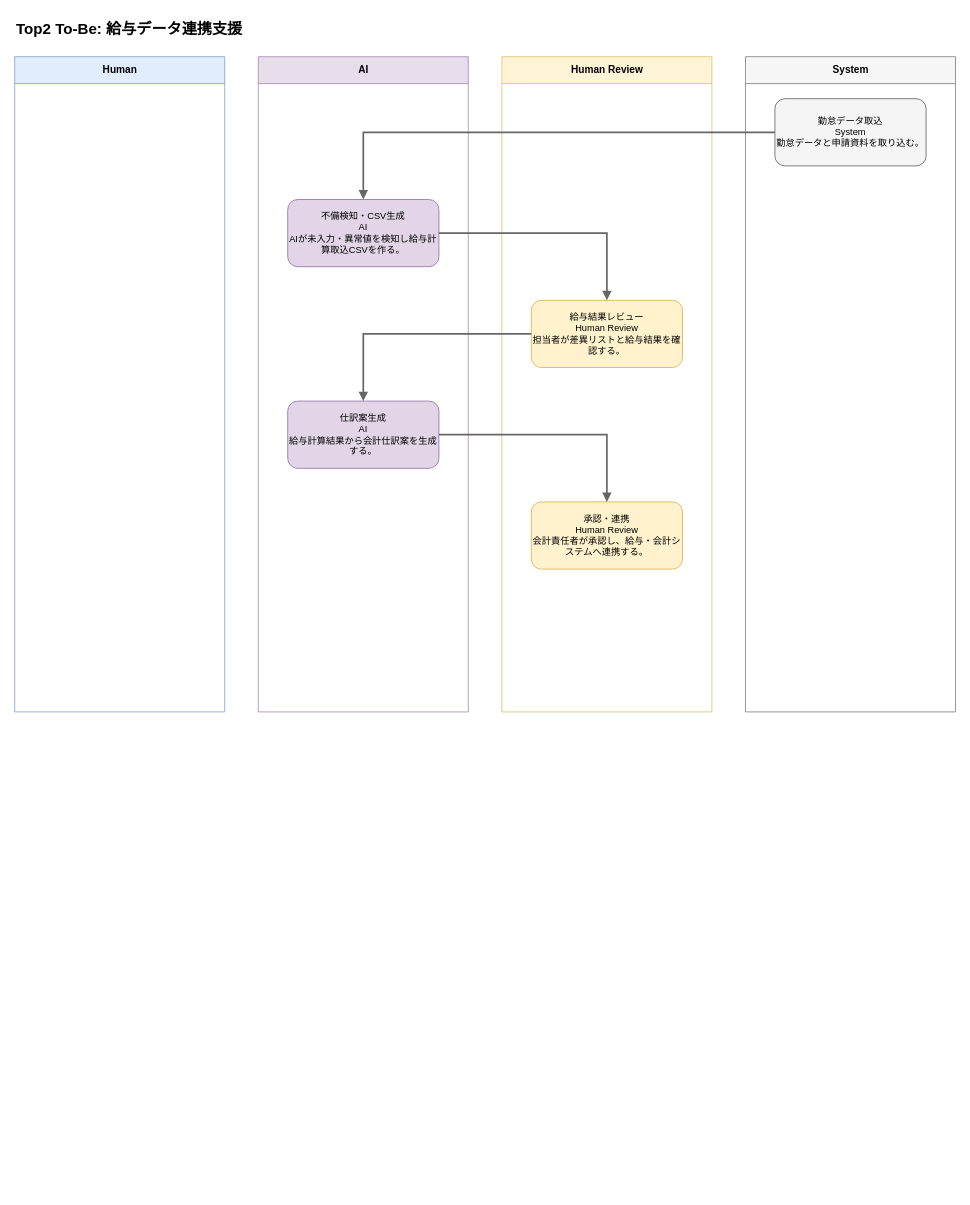
The draw.io diagram output/flows/top2_to_be.drawio in Toshiki811/ai-business-analysis-heatmap, before the edit. Source tidied: cells renumbered, new cells numbered last; positions are measured from the earlier drawing's top-left corner, leaving out a move shared by most shapes. Both pictures are drawn from the tidied source at 84%, with x=0, y=0 at pixel (14, 14).
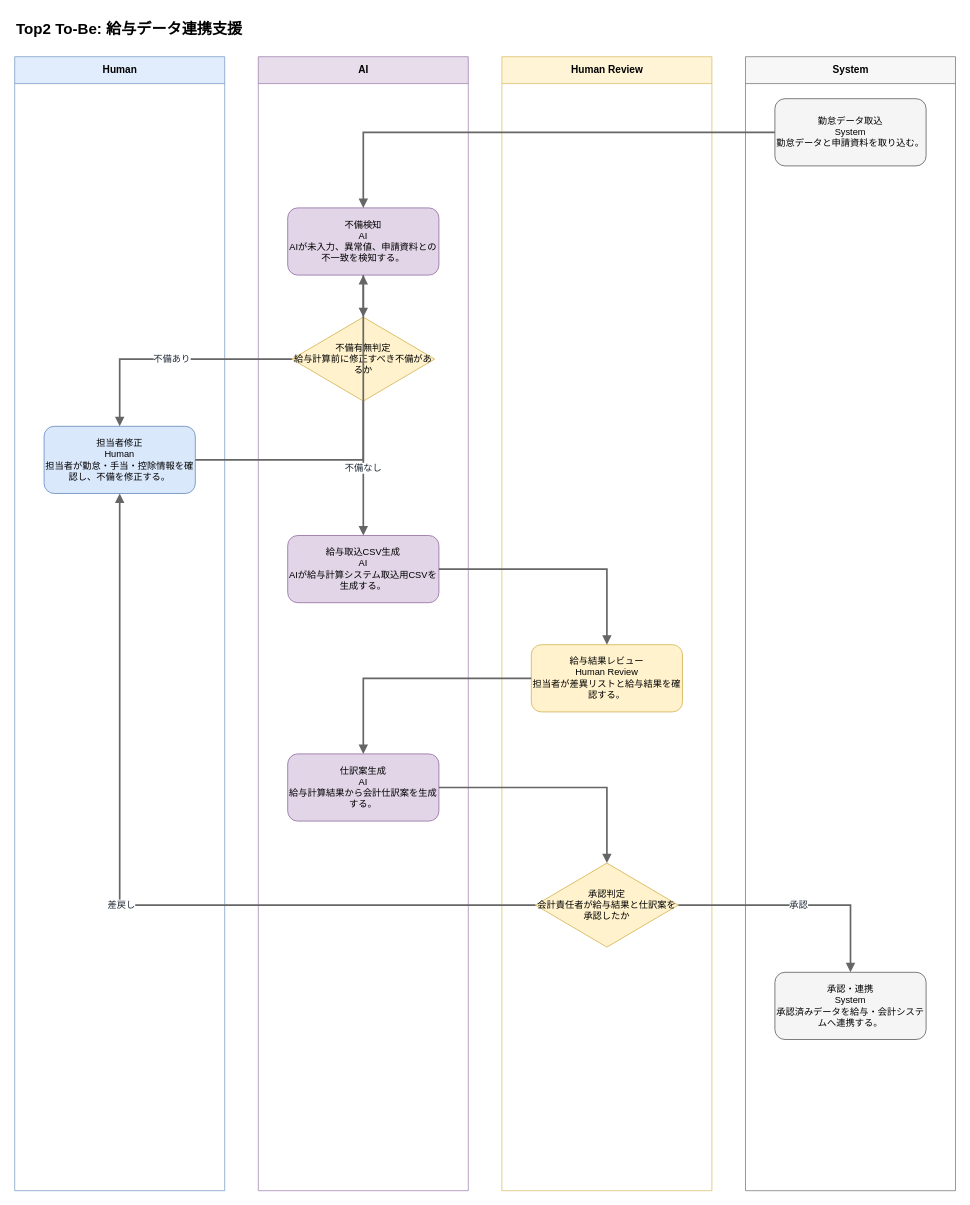
After the change.

The edit, as a diff of the source:
```diff
@@
     <mxCell id="3" value="Human" style="swimlane;horizontal=1;startSize=32;html=1;fillColor=#dae8fc;strokeColor=#6c8ebf;fontSize=12;fontStyle=1;opacity=80;" parent="1" vertex="1">
-      <mxGeometry y="50" width="250" height="780" as="geometry" />
+      <mxGeometry y="50" width="250" height="1350" as="geometry" />
     </mxCell>
     <mxCell id="4" value="AI" style="swimlane;horizontal=1;startSize=32;html=1;fillColor=#e1d5e7;strokeColor=#9673a6;fontSize=12;fontStyle=1;opacity=80;" parent="1" vertex="1">
-      <mxGeometry x="290" y="50" width="250" height="780" as="geometry" />
+      <mxGeometry x="290" y="50" width="250" height="1350" as="geometry" />
     </mxCell>
     <mxCell id="5" value="Human Review" style="swimlane;horizontal=1;startSize=32;html=1;fillColor=#fff2cc;strokeColor=#d6b656;fontSize=12;fontStyle=1;opacity=80;" parent="1" vertex="1">
-      <mxGeometry x="580" y="50" width="250" height="780" as="geometry" />
+      <mxGeometry x="580" y="50" width="250" height="1350" as="geometry" />
     </mxCell>
     <mxCell id="6" value="System" style="swimlane;horizontal=1;startSize=32;html=1;fillColor=#f5f5f5;strokeColor=#666666;fontSize=12;fontStyle=1;opacity=80;" parent="1" vertex="1">
-      <mxGeometry x="870" y="50" width="250" height="780" as="geometry" />
+      <mxGeometry x="870" y="50" width="250" height="1350" as="geometry" />
     </mxCell>
-    <mxCell id="7" value="勤怠データ取込&#10;System&#10;勤怠データと申請資料を取り込む。" style="rounded=1;whiteSpace=wrap;html=1;fillColor=#f5f5f5;strokeColor=#666666;fontSize=11;fontColor=#000000;" parent="1" vertex="1">
+    <mxCell id="7" value="勤怠データ取込&#10;System&#10;勤怠データと申請資料を取り込む。" style="rounded=1;whiteSpace=wrap;html=1;fillColor=#f5f5f5;strokeColor=#666666;strokeWidth=1;fontSize=11;fontColor=#000000;" parent="1" vertex="1">
       <mxGeometry x="905" y="100" width="180" height="80" as="geometry" />
     </mxCell>
-    <mxCell id="8" value="不備検知・CSV生成&#10;AI&#10;AIが未入力・異常値を検知し給与計算取込CSVを作る。" style="rounded=1;whiteSpace=wrap;html=1;fillColor=#e1d5e7;strokeColor=#9673a6;fontSize=11;fontColor=#000000;" parent="1" vertex="1">
-      <mxGeometry x="325" y="220" width="180" height="80" as="geometry" />
-    </mxCell>
-    <mxCell id="9" style="edgeStyle=orthogonalEdgeStyle;rounded=0;html=1;strokeColor=#666666;strokeWidth=2;endArrow=block;endFill=1;" parent="1" edge="1" source="7" target="8">
-      <mxGeometry relative="1" as="geometry" />
-    </mxCell>
+    <mxCell id="16" value="不備検知&#10;AI&#10;AIが未入力、異常値、申請資料との不一致を検知する。" style="rounded=1;whiteSpace=wrap;html=1;fillColor=#e1d5e7;strokeColor=#9673a6;strokeWidth=1;fontSize=11;fontColor=#000000;" parent="1" vertex="1">
+      <mxGeometry x="325" y="230" width="180" height="80" as="geometry" />
+    </mxCell>
+    <mxCell id="17" value="不備有無判定&#10;給与計算前に修正すべき不備があるか" style="rhombus;whiteSpace=wrap;html=1;fillColor=#fff2cc;strokeColor=#d6b656;strokeWidth=1;fontSize=11;fontColor=#000000;" parent="1" vertex="1">
+      <mxGeometry x="330" y="360" width="170" height="100" as="geometry" />
+    </mxCell>
+    <mxCell id="18" value="担当者修正&#10;Human&#10;担当者が勤怠・手当・控除情報を確認し、不備を修正する。" style="rounded=1;whiteSpace=wrap;html=1;fillColor=#dae8fc;strokeColor=#6c8ebf;strokeWidth=1;fontSize=11;fontColor=#000000;" parent="1" vertex="1">
+      <mxGeometry x="35" y="490" width="180" height="80" as="geometry" />
+    </mxCell>
+    <mxCell id="19" value="給与取込CSV生成&#10;AI&#10;AIが給与計算システム取込用CSVを生成する。" style="rounded=1;whiteSpace=wrap;html=1;fillColor=#e1d5e7;strokeColor=#9673a6;strokeWidth=1;fontSize=11;fontColor=#000000;" parent="1" vertex="1">
+      <mxGeometry x="325" y="620" width="180" height="80" as="geometry" />
+    </mxCell>
-    <mxCell id="10" value="給与結果レビュー&#10;Human Review&#10;担当者が差異リストと給与結果を確認する。" style="rounded=1;whiteSpace=wrap;html=1;fillColor=#fff2cc;strokeColor=#d6b656;fontSize=11;fontColor=#000000;" parent="1" vertex="1">
-      <mxGeometry x="615" y="340" width="180" height="80" as="geometry" />
+    <mxCell id="10" value="給与結果レビュー&#10;Human Review&#10;担当者が差異リストと給与結果を確認する。" style="rounded=1;whiteSpace=wrap;html=1;fillColor=#fff2cc;strokeColor=#d6b656;strokeWidth=1;fontSize=11;fontColor=#000000;" parent="1" vertex="1">
+      <mxGeometry x="615" y="750" width="180" height="80" as="geometry" />
     </mxCell>
-    <mxCell id="11" style="edgeStyle=orthogonalEdgeStyle;rounded=0;html=1;strokeColor=#666666;strokeWidth=2;endArrow=block;endFill=1;" parent="1" edge="1" source="8" target="10">
-      <mxGeometry relative="1" as="geometry" />
-    </mxCell>
-    <mxCell id="12" value="仕訳案生成&#10;AI&#10;給与計算結果から会計仕訳案を生成する。" style="rounded=1;whiteSpace=wrap;html=1;fillColor=#e1d5e7;strokeColor=#9673a6;fontSize=11;fontColor=#000000;" parent="1" vertex="1">
-      <mxGeometry x="325" y="460" width="180" height="80" as="geometry" />
+    <mxCell id="12" value="仕訳案生成&#10;AI&#10;給与計算結果から会計仕訳案を生成する。" style="rounded=1;whiteSpace=wrap;html=1;fillColor=#e1d5e7;strokeColor=#9673a6;strokeWidth=1;fontSize=11;fontColor=#000000;" parent="1" vertex="1">
+      <mxGeometry x="325" y="880" width="180" height="80" as="geometry" />
     </mxCell>
+    <mxCell id="20" value="承認判定&#10;会計責任者が給与結果と仕訳案を承認したか" style="rhombus;whiteSpace=wrap;html=1;fillColor=#fff2cc;strokeColor=#d6b656;strokeWidth=1;fontSize=11;fontColor=#000000;" parent="1" vertex="1">
+      <mxGeometry x="620" y="1010" width="170" height="100" as="geometry" />
+    </mxCell>
+    <mxCell id="21" value="承認・連携&#10;System&#10;承認済みデータを給与・会計システムへ連携する。" style="rounded=1;whiteSpace=wrap;html=1;fillColor=#f5f5f5;strokeColor=#666666;strokeWidth=1;fontSize=11;fontColor=#000000;" parent="1" vertex="1">
+      <mxGeometry x="905" y="1140" width="180" height="80" as="geometry" />
+    </mxCell>
+    <mxCell id="22" style="edgeStyle=orthogonalEdgeStyle;rounded=0;html=1;strokeColor=#666666;strokeWidth=2;endArrow=block;endFill=1;fontSize=11;fontColor=#1f2937;" parent="1" edge="1" source="7" target="16">
+      <mxGeometry relative="1" as="geometry" />
+    </mxCell>
+    <mxCell id="23" style="edgeStyle=orthogonalEdgeStyle;rounded=0;html=1;strokeColor=#666666;strokeWidth=2;endArrow=block;endFill=1;fontSize=11;fontColor=#1f2937;" parent="1" edge="1" source="16" target="17">
+      <mxGeometry relative="1" as="geometry" />
+    </mxCell>
+    <mxCell id="24" value="不備なし" style="edgeStyle=orthogonalEdgeStyle;rounded=0;html=1;strokeColor=#666666;strokeWidth=2;endArrow=block;endFill=1;fontSize=11;fontColor=#1f2937;" parent="1" edge="1" source="17" target="19">
+      <mxGeometry relative="1" as="geometry" />
+    </mxCell>
+    <mxCell id="25" value="不備あり" style="edgeStyle=orthogonalEdgeStyle;rounded=0;html=1;strokeColor=#666666;strokeWidth=2;endArrow=block;endFill=1;fontSize=11;fontColor=#1f2937;" parent="1" edge="1" source="17" target="18">
+      <mxGeometry relative="1" as="geometry" />
+    </mxCell>
+    <mxCell id="26" style="edgeStyle=orthogonalEdgeStyle;rounded=0;html=1;strokeColor=#666666;strokeWidth=2;endArrow=block;endFill=1;fontSize=11;fontColor=#1f2937;" parent="1" edge="1" source="18" target="16">
+      <mxGeometry relative="1" as="geometry" />
+    </mxCell>
+    <mxCell id="27" style="edgeStyle=orthogonalEdgeStyle;rounded=0;html=1;strokeColor=#666666;strokeWidth=2;endArrow=block;endFill=1;fontSize=11;fontColor=#1f2937;" parent="1" edge="1" source="19" target="10">
+      <mxGeometry relative="1" as="geometry" />
+    </mxCell>
-    <mxCell id="13" style="edgeStyle=orthogonalEdgeStyle;rounded=0;html=1;strokeColor=#666666;strokeWidth=2;endArrow=block;endFill=1;" parent="1" edge="1" source="10" target="12">
+    <mxCell id="13" style="edgeStyle=orthogonalEdgeStyle;rounded=0;html=1;strokeColor=#666666;strokeWidth=2;endArrow=block;endFill=1;fontSize=11;fontColor=#1f2937;" parent="1" edge="1" source="10" target="12">
       <mxGeometry relative="1" as="geometry" />
     </mxCell>
-    <mxCell id="14" value="承認・連携&#10;Human Review&#10;会計責任者が承認し、給与・会計システムへ連携する。" style="rounded=1;whiteSpace=wrap;html=1;fillColor=#fff2cc;strokeColor=#d6b656;fontSize=11;fontColor=#000000;" parent="1" vertex="1">
-      <mxGeometry x="615" y="580" width="180" height="80" as="geometry" />
-    </mxCell>
-    <mxCell id="15" style="edgeStyle=orthogonalEdgeStyle;rounded=0;html=1;strokeColor=#666666;strokeWidth=2;endArrow=block;endFill=1;" parent="1" edge="1" source="12" target="14">
-      <mxGeometry relative="1" as="geometry" />
-    </mxCell>
+    <mxCell id="28" style="edgeStyle=orthogonalEdgeStyle;rounded=0;html=1;strokeColor=#666666;strokeWidth=2;endArrow=block;endFill=1;fontSize=11;fontColor=#1f2937;" parent="1" edge="1" source="12" target="20">
+      <mxGeometry relative="1" as="geometry" />
+    </mxCell>
+    <mxCell id="29" value="承認" style="edgeStyle=orthogonalEdgeStyle;rounded=0;html=1;strokeColor=#666666;strokeWidth=2;endArrow=block;endFill=1;fontSize=11;fontColor=#1f2937;" parent="1" edge="1" source="20" target="21">
+      <mxGeometry relative="1" as="geometry" />
+    </mxCell>
+    <mxCell id="30" value="差戻し" style="edgeStyle=orthogonalEdgeStyle;rounded=0;html=1;strokeColor=#666666;strokeWidth=2;endArrow=block;endFill=1;fontSize=11;fontColor=#1f2937;" parent="1" edge="1" source="20" target="18">
+      <mxGeometry relative="1" as="geometry" />
+    </mxCell>
```
